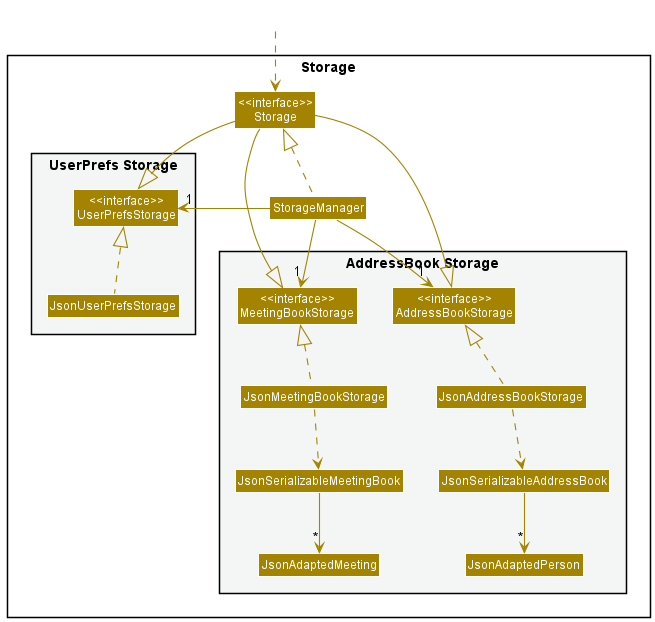
Above: docs/images/StorageClassDiagram.png in tonishka/tp (PlantUML), before the change.
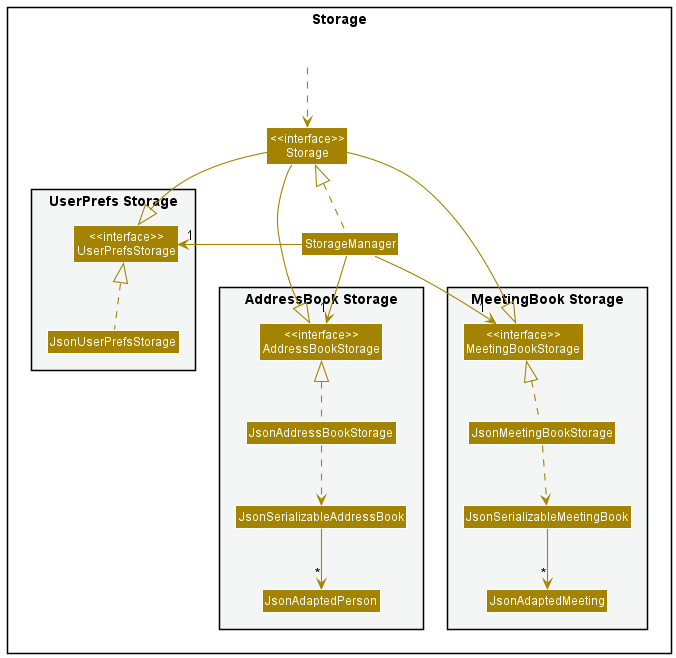
Above is the later version.

Diff of the diagram source:
```diff
@@ -16,15 +16,16 @@
 
 package "AddressBook Storage" #F4F6F6{
 Class "<<interface>>\nAddressBookStorage" as AddressBookStorage
-Class "<<interface>>\nMeetingBookStorage" as MeetingBookStorage
 Class JsonAddressBookStorage
 Class JsonSerializableAddressBook
 Class JsonAdaptedPerson
+}
+
+package "MeetingBook Storage" #F4F6F6{
+Class "<<interface>>\nMeetingBookStorage" as MeetingBookStorage
 Class JsonMeetingBookStorage
 Class JsonSerializableMeetingBook
 Class JsonAdaptedMeeting
-}
-
 }
 
 Class HiddenOutside #FFFFFF
```
